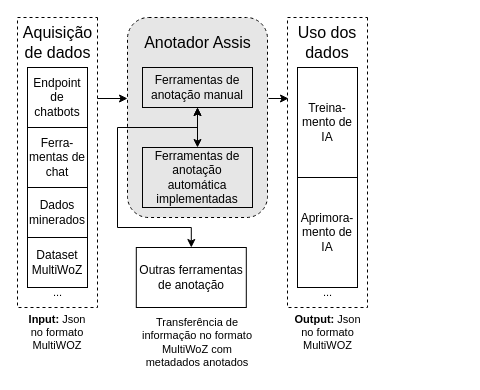
Earlier version of the draw.io diagram Paper/Diagrams/methodology_many_tools.drawio (Ze-Carioca-Team/Anotador). Source tidied: cells renumbered, new cells numbered last; positions are measured from the earlier drawing's top-left corner, leaving out a move shared by most shapes. Both pictures are drawn from the tidied source at 100%, with x=0, y=0 at pixel (17, 17).
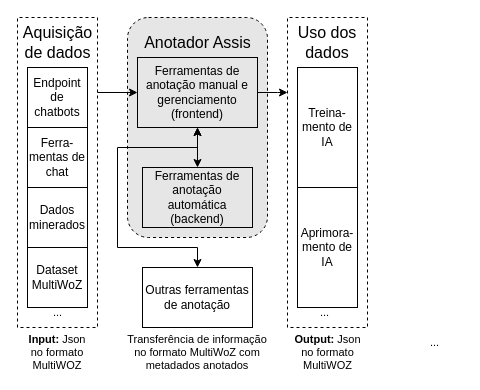
After the change.

Commit message:
With frontend and backend labels

What changed in the source:
```diff
@@
     <mxCell id="2" style="rounded=1;whiteSpace=wrap;html=1;dashed=1;fillColor=#E6E6E6;" parent="1" vertex="1">
-      <mxGeometry x="110" width="140" height="200" as="geometry" />
+      <mxGeometry x="110" width="140" height="220" as="geometry" />
     </mxCell>
     <mxCell id="3" style="rounded=1;whiteSpace=wrap;html=1;dashed=1;rotation=0;direction=south;arcSize=0;fillColor=none;" parent="1" vertex="1">
-      <mxGeometry width="80" height="290" as="geometry" />
+      <mxGeometry width="80" height="310" as="geometry" />
     </mxCell>
@@
     <mxCell id="5" value="Dados minerados" style="rounded=0;whiteSpace=wrap;html=1;" parent="1" vertex="1">
-      <mxGeometry x="10" y="170" width="60" height="50" as="geometry" />
+      <mxGeometry x="10" y="170" width="60" height="60" as="geometry" />
     </mxCell>
@@
     <mxCell id="7" value="&lt;div&gt;Dataset MultiWoZ&lt;br&gt;&lt;/div&gt;" style="rounded=0;whiteSpace=wrap;html=1;" parent="1" vertex="1">
-      <mxGeometry x="10" y="220" width="60" height="50" as="geometry" />
+      <mxGeometry x="10" y="230" width="60" height="60" as="geometry" />
     </mxCell>
@@
-    <mxCell id="10" value="Ferramentas de anotação automática implementadas" style="rounded=0;whiteSpace=wrap;html=1;fillColor=none;" parent="1" vertex="1">
-      <mxGeometry x="125" y="130" width="110" height="60" as="geometry" />
+    <mxCell id="10" value="Ferramentas de anotação automática (backend)" style="rounded=0;whiteSpace=wrap;html=1;fillColor=none;" parent="1" vertex="1">
+      <mxGeometry x="125" y="150" width="110" height="60" as="geometry" />
     </mxCell>
     <mxCell id="11" value="&lt;b&gt;Input:&lt;/b&gt; Json no formato MultiWOZ" style="text;html=1;strokeColor=none;fillColor=none;align=center;verticalAlign=middle;whiteSpace=wrap;rounded=0;dashed=1;fontSize=11;" parent="1" vertex="1">
-      <mxGeometry x="10" y="300" width="60" height="30" as="geometry" />
+      <mxGeometry x="10" y="320" width="60" height="30" as="geometry" />
     </mxCell>
     <mxCell id="12" value="Transferência de informação no formato MultiWoZ com metadados anotados" style="text;html=1;strokeColor=none;fillColor=none;align=center;verticalAlign=middle;whiteSpace=wrap;rounded=0;dashed=1;fontSize=11;" parent="1" vertex="1">
-      <mxGeometry x="121.9" y="310" width="116.2" height="30" as="geometry" />
+      <mxGeometry x="105.9" y="320" width="148.1" height="30" as="geometry" />
     </mxCell>
     <mxCell id="13" style="rounded=1;whiteSpace=wrap;html=1;dashed=1;rotation=0;direction=south;arcSize=0;fillColor=none;" parent="1" vertex="1">
-      <mxGeometry x="270" width="80" height="290" as="geometry" />
+      <mxGeometry x="270" width="80" height="310" as="geometry" />
     </mxCell>
@@
     <mxCell id="15" value="Treina-mento de IA" style="rounded=0;whiteSpace=wrap;html=1;" parent="1" vertex="1">
-      <mxGeometry x="280" y="50" width="60" height="110" as="geometry" />
+      <mxGeometry x="280" y="50" width="60" height="120" as="geometry" />
     </mxCell>
     <mxCell id="16" value="&lt;b&gt;Output:&lt;/b&gt; Json no formato MultiWOZ" style="text;html=1;strokeColor=none;fillColor=none;align=center;verticalAlign=middle;whiteSpace=wrap;rounded=0;dashed=1;fontSize=11;" parent="1" vertex="1">
-      <mxGeometry x="272.5" y="300" width="75" height="30" as="geometry" />
+      <mxGeometry x="272.5" y="320" width="75" height="30" as="geometry" />
     </mxCell>
@@
+    <mxCell id="26" style="edgeStyle=orthogonalEdgeStyle;rounded=0;jumpSize=7;jettySize=auto;html=1;startArrow=classic;startFill=1;endArrow=none;endFill=0;" parent="1" edge="1" source="18">
+      <mxGeometry relative="1" as="geometry">
+        <mxPoint x="80" y="75" as="targetPoint" />
+        <Array as="points">
+          <mxPoint x="80" y="75" />
+        </Array>
+      </mxGeometry>
+    </mxCell>
+    <mxCell id="27" style="edgeStyle=orthogonalEdgeStyle;rounded=0;jumpSize=7;jettySize=auto;html=1;startArrow=none;startFill=0;endArrow=classic;endFill=1;" parent="1" edge="1" source="18">
+      <mxGeometry relative="1" as="geometry">
+        <mxPoint x="270" y="75" as="targetPoint" />
+      </mxGeometry>
+    </mxCell>
-    <mxCell id="18" value="Ferramentas de anotação manual" style="rounded=0;whiteSpace=wrap;html=1;fillColor=none;" parent="1" vertex="1">
-      <mxGeometry x="125" y="50" width="110" height="40" as="geometry" />
+    <mxCell id="18" value="Ferramentas de anotação manual e gerenciamento (frontend)" style="rounded=0;whiteSpace=wrap;html=1;fillColor=none;" parent="1" vertex="1">
+      <mxGeometry x="120" y="40" width="120" height="70" as="geometry" />
     </mxCell>
     <mxCell id="19" value="..." style="text;html=1;strokeColor=none;fillColor=none;align=center;verticalAlign=middle;whiteSpace=wrap;rounded=0;dashed=1;fontSize=11;" parent="1" vertex="1">
-      <mxGeometry x="12.5" y="260" width="55" height="30" as="geometry" />
+      <mxGeometry x="12.5" y="280" width="55" height="30" as="geometry" />
     </mxCell>
-    <mxCell id="20" style="edgeStyle=orthogonalEdgeStyle;rounded=0;jettySize=auto;html=1;startArrow=classic;startFill=1;entryX=0.5;entryY=1;entryDx=0;entryDy=0;" parent="1" edge="1" source="21" target="18">
+    <mxCell id="20" style="edgeStyle=orthogonalEdgeStyle;rounded=0;jettySize=auto;html=1;startArrow=classic;startFill=1;entryX=0.5;entryY=1;entryDx=0;entryDy=0;exitX=0.5;exitY=0;exitDx=0;exitDy=0;" parent="1" edge="1" source="21" target="18">
       <mxGeometry relative="1" as="geometry">
         <Array as="points">
-          <mxPoint x="174" y="210" />
-          <mxPoint x="100" y="210" />
-          <mxPoint x="100" y="110" />
-          <mxPoint x="180" y="110" />
+          <mxPoint x="180" y="230" />
+          <mxPoint x="100" y="230" />
+          <mxPoint x="100" y="130" />
+          <mxPoint x="180" y="130" />
         </Array>
       </mxGeometry>
     </mxCell>
     <mxCell id="21" value="Outras ferramentas de anotação " style="rounded=0;whiteSpace=wrap;html=1;fillColor=none;" parent="1" vertex="1">
-      <mxGeometry x="118.8" y="230" width="110" height="60" as="geometry" />
+      <mxGeometry x="125" y="250" width="110" height="60" as="geometry" />
     </mxCell>
-    <mxCell id="22" style="endArrow=classic;html=1;rounded=0;jumpSize=7;" parent="1" edge="1">
-      <mxGeometry relative="1" as="geometry">
-        <mxPoint x="80" y="81" as="sourcePoint" />
-        <mxPoint x="110" y="81" as="targetPoint" />
-      </mxGeometry>
-    </mxCell>
-    <mxCell id="23" style="endArrow=classic;html=1;rounded=0;jumpSize=7;" parent="1" edge="1">
-      <mxGeometry relative="1" as="geometry">
-        <mxPoint x="251" y="81" as="sourcePoint" />
-        <mxPoint x="271" y="81" as="targetPoint" />
-      </mxGeometry>
-    </mxCell>
     <mxCell id="24" value="Aprimora-&lt;br&gt;mento de&lt;br&gt;IA" style="rounded=0;whiteSpace=wrap;html=1;" parent="1" vertex="1">
-      <mxGeometry x="280" y="160" width="60" height="110" as="geometry" />
+      <mxGeometry x="280" y="170" width="60" height="120" as="geometry" />
     </mxCell>
     <mxCell id="25" value="..." style="text;html=1;strokeColor=none;fillColor=none;align=center;verticalAlign=middle;whiteSpace=wrap;rounded=0;dashed=1;fontSize=11;" parent="1" vertex="1">
-      <mxGeometry x="282.5" y="260" width="55" height="30" as="geometry" />
+      <mxGeometry x="390" y="310" width="55" height="30" as="geometry" />
     </mxCell>
+    <mxCell id="28" value="..." style="text;html=1;strokeColor=none;fillColor=none;align=center;verticalAlign=middle;whiteSpace=wrap;rounded=0;dashed=1;fontSize=11;" parent="1" vertex="1">
+      <mxGeometry x="280" y="280" width="55" height="30" as="geometry" />
+    </mxCell>
```
